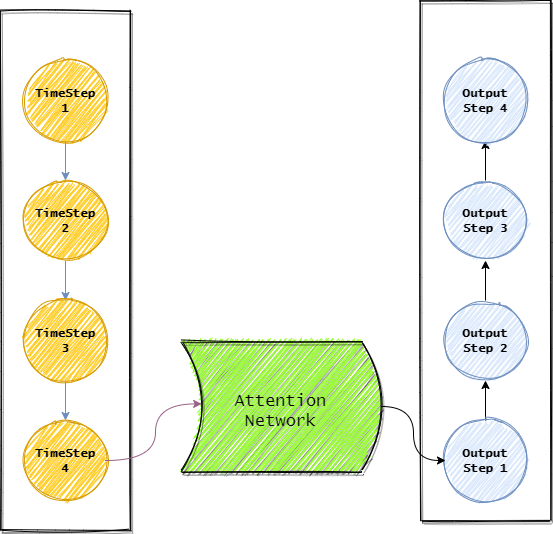
Before: docs/Untitled Diagram.png, a diagram exported from draw.io (rajy4683/EVAP2). Source tidied: cells renumbered, new cells last; positions are measured from the earlier drawing's top-left corner, leaving out a move shared by most shapes. Its diagram source:
```xml
<mxGraphModel>
  <root>
    <mxCell id="0" />
    <mxCell id="1" parent="0" />
    <mxCell id="2" style="rounded=0;whiteSpace=wrap;html=1;shadow=1;sketch=1;fillStyle=solid;" parent="1" vertex="1">
      <mxGeometry x="420" width="130" height="520" as="geometry" />
    </mxCell>
    <mxCell id="3" style="rounded=0;whiteSpace=wrap;html=1;shadow=1;sketch=1;fillStyle=solid;" parent="1" vertex="1">
      <mxGeometry y="10" width="130" height="520" as="geometry" />
    </mxCell>
    <mxCell id="4" style="edgeStyle=orthogonalEdgeStyle;rounded=0;jettySize=auto;html=1;gradientColor=#7ea6e0;fillColor=#dae8fc;strokeColor=#6c8ebf;" parent="1" edge="1" source="15" target="18">
      <mxGeometry relative="1" as="geometry" />
    </mxCell>
    <mxCell id="5" style="edgeStyle=orthogonalEdgeStyle;rounded=0;jettySize=auto;html=1;gradientColor=#7ea6e0;fillColor=#dae8fc;strokeColor=#6c8ebf;" parent="1" edge="1" source="21" target="24">
      <mxGeometry relative="1" as="geometry" />
    </mxCell>
    <mxCell id="6" style="edgeStyle=orthogonalEdgeStyle;rounded=0;jettySize=auto;html=1;gradientColor=#7ea6e0;fillColor=#dae8fc;strokeColor=#6c8ebf;" parent="1" edge="1" source="18" target="21">
      <mxGeometry relative="1" as="geometry" />
    </mxCell>
    <mxCell id="7" style="edgeStyle=orthogonalEdgeStyle;rounded=0;jettySize=auto;html=1;" parent="1" edge="1" target="x">
      <mxGeometry relative="1" as="geometry">
        <mxPoint x="525" y="40" as="sourcePoint" />
      </mxGeometry>
    </mxCell>
    <mxCell id="8" style="edgeStyle=orthogonalEdgeStyle;rounded=0;jettySize=auto;html=1;" parent="1" edge="1" source="27" target="30">
      <mxGeometry relative="1" as="geometry" />
    </mxCell>
    <mxCell id="9" style="edgeStyle=orthogonalEdgeStyle;rounded=0;jettySize=auto;html=1;" parent="1" edge="1" source="33" target="36">
      <mxGeometry relative="1" as="geometry" />
    </mxCell>
    <mxCell id="10" style="edgeStyle=orthogonalEdgeStyle;rounded=0;jettySize=auto;html=1;" parent="1" edge="1" source="30" target="33">
      <mxGeometry relative="1" as="geometry" />
    </mxCell>
    <mxCell id="11" style="group;fillColor=#ffffff;rotation=-180;" parent="1" vertex="1">
      <mxGeometry x="185" y="370" width="200" height="130" as="geometry" />
    </mxCell>
    <mxCell id="12" style="shape=dataStorage;whiteSpace=wrap;html=1;fixedSize=1;shadow=1;sketch=1;strokeColor=#000000;fillColor=#99FF33;gradientColor=none;fillStyle=zigzag;rotation=-180;" parent="11" vertex="1">
      <mxGeometry x="-4" y="-29" width="200" height="130" as="geometry" />
    </mxCell>
    <mxCell id="13" value="&lt;font style=&quot;font-size: 17px&quot; face=&quot;Lucida Console&quot;&gt;Attention Network&lt;/font&gt;" style="text;html=1;strokeColor=none;fillColor=none;align=center;verticalAlign=middle;whiteSpace=wrap;rounded=0;shadow=1;sketch=1;rotation=0;" parent="11" vertex="1">
      <mxGeometry x="31" y="14" width="129.4" height="54.2" as="geometry" />
    </mxCell>
    <mxCell id="14" style="group;" parent="1" vertex="1">
      <mxGeometry x="25" y="60" width="80" height="80" as="geometry" />
    </mxCell>
    <mxCell id="15" style="ellipse;whiteSpace=wrap;html=1;fillColor=#ffcd28;strokeColor=#d79b00;sketch=1;fillStyle=zigzag;gradientColor=#ffa500;gradientDirection=west;" parent="14" vertex="1">
      <mxGeometry width="80" height="80" as="geometry" />
    </mxCell>
    <mxCell id="16" value="&lt;font face=&quot;Lucida Console&quot;&gt;&lt;b&gt;TimeStep 1&lt;/b&gt;&lt;/font&gt;" style="text;html=1;strokeColor=none;fillColor=none;align=center;verticalAlign=middle;whiteSpace=wrap;rounded=0;shadow=1;sketch=1;" parent="14" vertex="1">
      <mxGeometry x="5" y="30" width="70" height="20" as="geometry" />
    </mxCell>
    <mxCell id="17" style="group;" parent="1" vertex="1">
      <mxGeometry x="25" y="180" width="80" height="80" as="geometry" />
    </mxCell>
    <mxCell id="18" style="ellipse;whiteSpace=wrap;html=1;fillColor=#ffcd28;strokeColor=#d79b00;sketch=1;fillStyle=zigzag;gradientColor=#ffa500;gradientDirection=west;" parent="17" vertex="1">
      <mxGeometry width="80" height="80" as="geometry" />
    </mxCell>
    <mxCell id="19" value="&lt;font face=&quot;Lucida Console&quot;&gt;&lt;b&gt;TimeStep 2&lt;/b&gt;&lt;/font&gt;" style="text;html=1;strokeColor=none;fillColor=none;align=center;verticalAlign=middle;whiteSpace=wrap;rounded=0;shadow=1;sketch=1;" parent="17" vertex="1">
      <mxGeometry x="5" y="30" width="70" height="20" as="geometry" />
    </mxCell>
    <mxCell id="20" style="group;" parent="1" vertex="1">
      <mxGeometry x="25" y="300" width="80" height="80" as="geometry" />
    </mxCell>
    <mxCell id="21" style="ellipse;whiteSpace=wrap;html=1;fillColor=#ffcd28;strokeColor=#d79b00;sketch=1;fillStyle=zigzag;gradientColor=#ffa500;gradientDirection=west;" parent="20" vertex="1">
      <mxGeometry width="80" height="80" as="geometry" />
    </mxCell>
    <mxCell id="22" value="&lt;font face=&quot;Lucida Console&quot;&gt;&lt;b&gt;TimeStep 3&lt;/b&gt;&lt;/font&gt;" style="text;html=1;strokeColor=none;fillColor=none;align=center;verticalAlign=middle;whiteSpace=wrap;rounded=0;shadow=1;sketch=1;" parent="20" vertex="1">
      <mxGeometry x="5" y="30" width="70" height="20" as="geometry" />
    </mxCell>
    <mxCell id="23" style="group;" parent="1" vertex="1">
      <mxGeometry x="25" y="420" width="80" height="80" as="geometry" />
    </mxCell>
    <mxCell id="24" style="ellipse;whiteSpace=wrap;html=1;fillColor=#ffcd28;strokeColor=#d79b00;sketch=1;fillStyle=zigzag;gradientColor=#ffa500;gradientDirection=west;" parent="23" vertex="1">
      <mxGeometry width="80" height="80" as="geometry" />
    </mxCell>
    <mxCell id="25" value="&lt;b&gt;&lt;font face=&quot;Lucida Console&quot;&gt;TimeStep 4&lt;/font&gt;&lt;/b&gt;" style="text;html=1;strokeColor=none;fillColor=none;align=center;verticalAlign=middle;whiteSpace=wrap;rounded=0;shadow=1;sketch=1;" parent="23" vertex="1">
      <mxGeometry x="5" y="30" width="70" height="20" as="geometry" />
    </mxCell>
    <mxCell id="26" style="group;" parent="1" vertex="1">
      <mxGeometry x="445" y="420" width="80" height="80" as="geometry" />
    </mxCell>
    <mxCell id="27" style="ellipse;whiteSpace=wrap;html=1;fillColor=#dae8fc;sketch=1;fillStyle=zigzag;gradientColor=#7ea6e0;strokeColor=#6c8ebf;" parent="26" vertex="1">
      <mxGeometry width="80" height="80" as="geometry" />
    </mxCell>
    <mxCell id="28" value="&lt;font face=&quot;Lucida Console&quot;&gt;&lt;b&gt;Output Step 1&lt;/b&gt;&lt;/font&gt;" style="text;html=1;strokeColor=none;fillColor=none;align=center;verticalAlign=middle;whiteSpace=wrap;rounded=0;shadow=1;sketch=1;" parent="26" vertex="1">
      <mxGeometry x="20" y="30" width="40" height="20" as="geometry" />
    </mxCell>
    <mxCell id="29" style="group;" parent="1" vertex="1">
      <mxGeometry x="445" y="300" width="80" height="80" as="geometry" />
    </mxCell>
    <mxCell id="30" style="ellipse;whiteSpace=wrap;html=1;fillColor=#dae8fc;sketch=1;fillStyle=zigzag;gradientColor=#7ea6e0;strokeColor=#6c8ebf;" parent="29" vertex="1">
      <mxGeometry width="80" height="80" as="geometry" />
    </mxCell>
    <mxCell id="31" value="&lt;font face=&quot;Lucida Console&quot;&gt;&lt;b&gt;Output Step 2&lt;/b&gt;&lt;/font&gt;" style="text;html=1;strokeColor=none;fillColor=none;align=center;verticalAlign=middle;whiteSpace=wrap;rounded=0;shadow=1;sketch=1;" parent="29" vertex="1">
      <mxGeometry x="20" y="30" width="40" height="20" as="geometry" />
    </mxCell>
    <mxCell id="32" style="group;" parent="1" vertex="1">
      <mxGeometry x="445" y="180" width="80" height="80" as="geometry" />
    </mxCell>
    <mxCell id="33" style="ellipse;whiteSpace=wrap;html=1;fillColor=#dae8fc;sketch=1;fillStyle=zigzag;gradientColor=#7ea6e0;strokeColor=#6c8ebf;" parent="32" vertex="1">
      <mxGeometry width="80" height="80" as="geometry" />
    </mxCell>
    <mxCell id="34" value="&lt;font face=&quot;Lucida Console&quot;&gt;&lt;b&gt;Output Step 3&lt;/b&gt;&lt;/font&gt;" style="text;html=1;strokeColor=none;fillColor=none;align=center;verticalAlign=middle;whiteSpace=wrap;rounded=0;shadow=1;sketch=1;" parent="32" vertex="1">
      <mxGeometry x="30" y="30" width="20" height="20" as="geometry" />
    </mxCell>
    <mxCell id="35" style="group;" parent="1" vertex="1">
      <mxGeometry x="445" y="60" width="80" height="80" as="geometry" />
    </mxCell>
    <mxCell id="36" style="ellipse;whiteSpace=wrap;html=1;fillColor=#dae8fc;sketch=1;fillStyle=zigzag;gradientColor=#7ea6e0;strokeColor=#6c8ebf;" parent="35" vertex="1">
      <mxGeometry width="80" height="80" as="geometry" />
    </mxCell>
    <mxCell id="37" value="&lt;font face=&quot;Lucida Console&quot;&gt;&lt;b&gt;Output Step 4&lt;/b&gt;&lt;/font&gt;" style="text;html=1;strokeColor=none;fillColor=none;align=center;verticalAlign=middle;whiteSpace=wrap;rounded=0;shadow=1;sketch=1;" parent="35" vertex="1">
      <mxGeometry x="30" y="30" width="20" height="20" as="geometry" />
    </mxCell>
    <mxCell id="38" style="edgeStyle=orthogonalEdgeStyle;jettySize=auto;html=1;entryX=0.899;entryY=0.52;entryDx=0;entryDy=0;curved=1;entryPerimeter=0;gradientColor=#d5739d;fillColor=#e6d0de;strokeColor=#996185;" parent="1" edge="1" source="24" target="12">
      <mxGeometry relative="1" as="geometry">
        <Array as="points">
          <mxPoint x="155" y="460" />
          <mxPoint x="155" y="403" />
        </Array>
      </mxGeometry>
    </mxCell>
    <mxCell id="39" style="edgeStyle=orthogonalEdgeStyle;curved=1;jettySize=auto;html=1;entryX=0;entryY=0.5;entryDx=0;entryDy=0;" parent="1" edge="1" source="12" target="27">
      <mxGeometry relative="1" as="geometry" />
    </mxCell>
  </root>
</mxGraphModel>
```
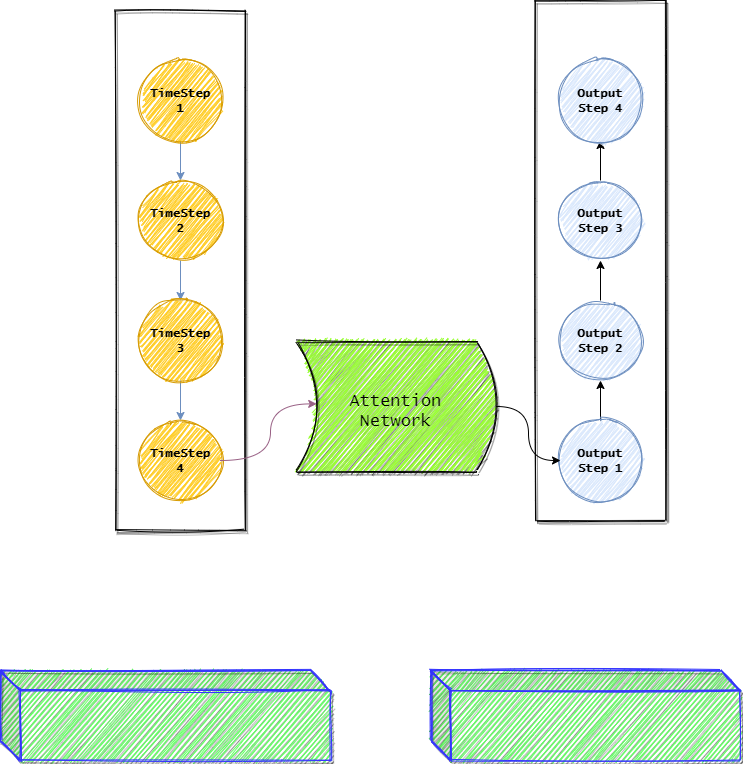
After the commit.

The edit, as a diff of the source:
```diff
@@ -123,5 +123,11 @@
     <mxCell id="39" style="edgeStyle=orthogonalEdgeStyle;curved=1;jettySize=auto;html=1;entryX=0;entryY=0.5;entryDx=0;entryDy=0;" parent="1" edge="1" source="12" target="27">
       <mxGeometry relative="1" as="geometry" />
     </mxCell>
+    <mxCell id="40" style="shape=cube;whiteSpace=wrap;html=1;boundedLbl=1;backgroundOutline=1;darkOpacity=0.05;darkOpacity2=0.1;shadow=1;sketch=1;strokeColor=#3333FF;fillColor=#66FF66;gradientColor=none;" parent="1" vertex="1">
+      <mxGeometry x="-115" y="670" width="330" height="90" as="geometry" />
+    </mxCell>
+    <mxCell id="41" style="shape=cube;whiteSpace=wrap;html=1;boundedLbl=1;backgroundOutline=1;darkOpacity=0.05;darkOpacity2=0.1;shadow=1;sketch=1;strokeColor=#3333FF;fillColor=#66FF66;gradientColor=none;" parent="1" vertex="1">
+      <mxGeometry x="315" y="670" width="310" height="90" as="geometry" />
+    </mxCell>
   </root>
 </mxGraphModel>
```
